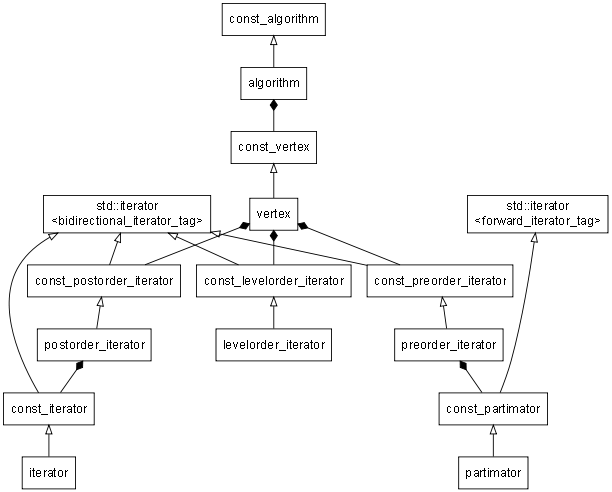
The Graphviz diagram uxn/uml/iters_2.dot.png in jnorthrup/patl, before a commit. Its source is kept beside it as uxn/uml/iters_2.dot.
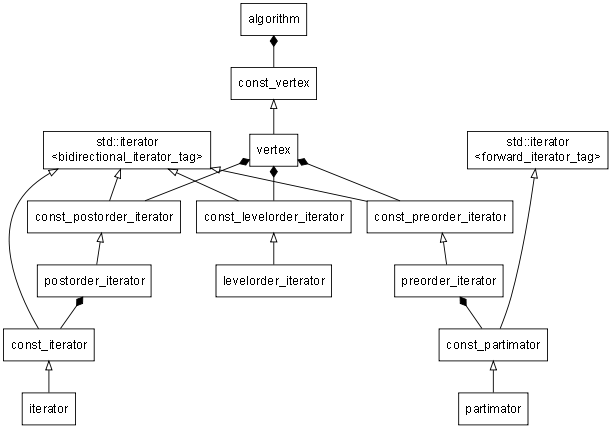
After the change.

The edit, as a diff of the source:
```diff
@@ -10,7 +10,6 @@
 preorder_iterator -> const_partimator
 
 edge[arrowtail = empty]
-const_algorithm -> algorithm
 const_vertex -> vertex
 {
 std_bidirectional_iterator[label = "std::iterator\n<bidirectional_iterator_tag>"]
```
